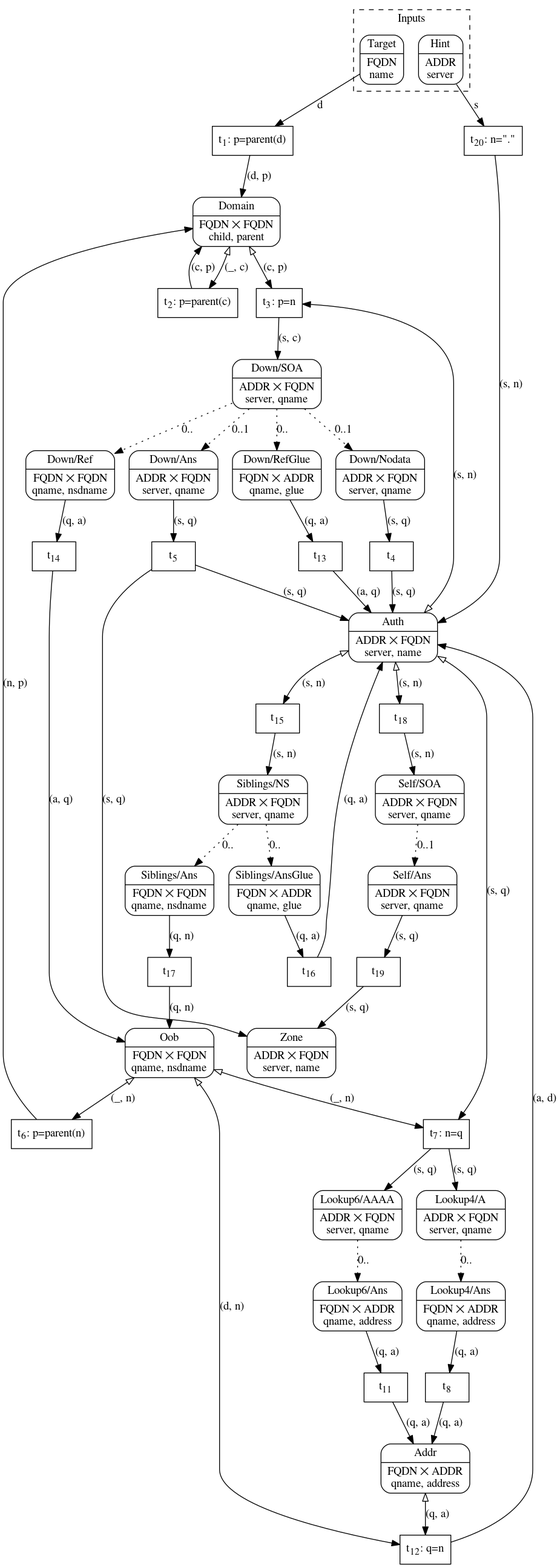
Earlier version of the Graphviz export topo.png (mattias-p/topo). Its source is kept beside it as topo.dot.
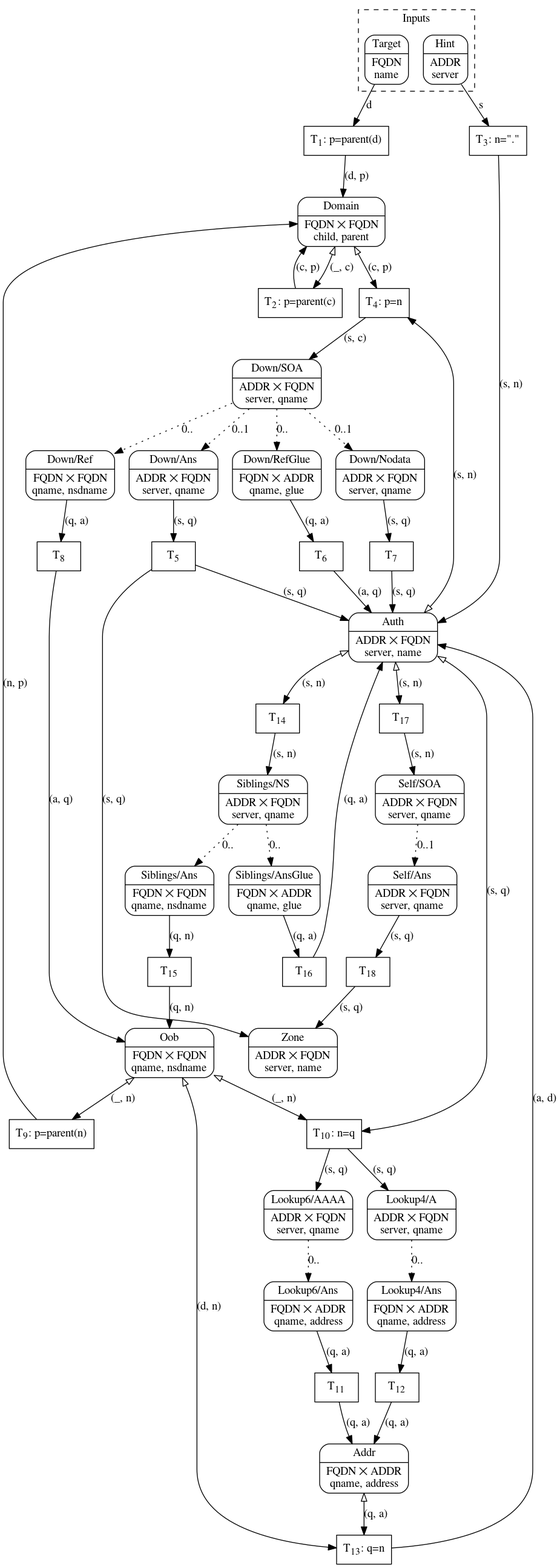
After the change.

Commit message:
Update transition names

Change to the diagram source:
```diff
@@ -57,80 +57,80 @@
 
     node [shape=record]
 
-    Target -> t1 [label="d"]
-    t1 [label=< t<SUB>1</SUB>: p=parent(d) >]
-    t1 -> Domain [label="(d, p)"]
+    Target -> T1 [label="d"]
+    T1 [label=< T<SUB>1</SUB>: p=parent(d) >]
+    T1 -> Domain [label="(d, p)"]
 
-    Hint -> t20 [label="s"]
-    t20 [label=< t<SUB>20</SUB>: n="." >]
-    t20 -> Auth [label="(s, n)"]
+    Hint -> T3 [label="s"]
+    T3 [label=< T<SUB>3</SUB>: n="." >]
+    T3 -> Auth [label="(s, n)"]
 
-    Domain -> t2 [label="(_, c)", dir=both]
-    t2 [label=<t<SUB>2</SUB>: p=parent(c)>]
-    t2 -> Domain [label="(c, p)"]
+    Domain -> T2 [label="(_, c)", dir=both]
+    T2 [label=< T<SUB>2</SUB>: p=parent(c) >]
+    T2 -> Domain [label="(c, p)"]
 
-    Domain -> t3 [label="(c, p)", dir=both]
-    Auth -> t3 [label="(s, n)", dir=both]
-    t3 [label=<t<SUB>3</SUB>: p=n>]
-    t3 -> Down_send [label="(s, c)"]
+    Domain -> T4 [label="(c, p)", dir=both]
+    Auth -> T4 [label="(s, n)", dir=both]
+    T4 [label=< T<SUB>4</SUB>: p=n >]
+    T4 -> Down_send [label="(s, c)"]
 
-    Down_nodata -> t4 [label="(s, q)"]
-    t4 [label=< t<SUB>4</SUB> >]
-    t4 -> Auth [label="(s, q)"]
+    Down_nodata -> T7 [label="(s, q)"]
+    T7 [label=< T<SUB>7</SUB> >]
+    T7 -> Auth [label="(s, q)"]
 
-    Down_answer -> t5 [label="(s, q)"]
-    t5 [label=< t<SUB>5</SUB> >]
-    t5 -> Auth [label="(s, q)"]
-    t5 -> Zone [label="(s, q)"]
+    Down_answer -> T5 [label="(s, q)"]
+    T5 [label=< T<SUB>5</SUB> >]
+    T5 -> Auth [label="(s, q)"]
+    T5 -> Zone [label="(s, q)"]
 
-    Down_glue -> t13 [label="(q, a)"]
-    t13 [label=< t<SUB>13</SUB> >]
-    t13 -> Auth [label="(a, q)"]
+    Down_glue -> T6 [label="(q, a)"]
+    T6 [label=< T<SUB>6</SUB> >]
+    T6 -> Auth [label="(a, q)"]
 
-    Down_ref -> t14 [label="(q, a)"]
-    t14 [label=< t<SUB>14</SUB> >]
-    t14 -> Oob [label="(a, q)"]
+    Down_ref -> T8 [label="(q, a)"]
+    T8 [label=< T<SUB>8</SUB> >]
+    T8 -> Oob [label="(a, q)"]
 
-    Oob -> t6 [label="(_, n)", dir=both]
-    t6 [label=<t<SUB>6</SUB>: p=parent(n)>]
-    t6 -> Domain [label="(n, p)"]
+    Oob -> T9 [label="(_, n)", dir=both]
+    T9 [label=< T<SUB>9</SUB>: p=parent(n) >]
+    T9 -> Domain [label="(n, p)"]
 
-    Oob -> t7 [label="(_, n)", dir=both]
-    Auth -> t7 [label="(s, q)", dir=both]
-    t7 [label=<t<SUB>7</SUB>: n=q>]
-    t7 -> Lookup6_send [label="(s, q)"]
-    t7 -> Lookup4_send [label="(s, q)"]
+    Oob -> T10 [label="(_, n)", dir=both]
+    Auth -> T10 [label="(s, q)", dir=both]
+    T10 [label=< T<SUB>10</SUB>: n=q >]
+    T10 -> Lookup6_send [label="(s, q)"]
+    T10 -> Lookup4_send [label="(s, q)"]
 
-    Lookup4_answer -> t8 [label="(q, a)"]
-    t8 [label=< t<SUB>8</SUB> >]
-    t8 -> Addr [label="(q, a)"]
+    Lookup4_answer -> T12 [label="(q, a)"]
+    T12 [label=< T<SUB>12</SUB> >]
+    T12 -> Addr [label="(q, a)"]
 
-    Lookup6_answer -> t11 [label="(q, a)"]
-    t11 [label=< t<SUB>11</SUB> >]
-    t11 -> Addr [label="(q, a)"]
+    Lookup6_answer -> T11 [label="(q, a)"]
+    T11 [label=< T<SUB>11</SUB> >]
+    T11 -> Addr [label="(q, a)"]
 
-    Addr -> t12 [label="(q, a)", dir=both]
-    Oob -> t12 [label="(d, n)", dir=both]
-    t12 [label=<t<SUB>12</SUB>: q=n>]
-    t12 -> Auth [label="(a, d)"]
+    Addr -> T13 [label="(q, a)", dir=both]
+    Oob -> T13 [label="(d, n)", dir=both]
+    T13 [label=< T<SUB>13</SUB>: q=n >]
+    T13 -> Auth [label="(a, d)"]
 
-    Auth -> t18 [label="(s, n)", dir=both]
-    t18 [label=< t<SUB>18</SUB> >]
-    t18 -> Self_send [label="(s, n)"]
+    Auth -> T17 [label="(s, n)", dir=both]
+    T17 [label=< T<SUB>17</SUB> >]
+    T17 -> Self_send [label="(s, n)"]
 
-    Self_answer -> t19 [label="(s, q)"]
-    t19 [label=< t<SUB>19</SUB> >]
-    t19 -> Zone [label="(s, q)"]
+    Self_answer -> T18 [label="(s, q)"]
+    T18 [label=< T<SUB>18</SUB> >]
+    T18 -> Zone [label="(s, q)"]
 
-    Auth -> t15 [label="(s, n)", dir=both]
-    t15 [label=< t<SUB>15</SUB> >]
-    t15 -> Siblings_send [label="(s, n)"]
+    Auth -> T14 [label="(s, n)", dir=both]
+    T14 [label=< T<SUB>14</SUB> >]
+    T14 -> Siblings_send [label="(s, n)"]
 
-    Siblings_glue -> t16 [label="(q, a)"]
-    t16 [label=< t<SUB>16</SUB> >]
-    t16 -> Auth [label="(q, a)"]
+    Siblings_glue -> T16 [label="(q, a)"]
+    T16 [label=< T<SUB>16</SUB> >]
+    T16 -> Auth [label="(q, a)"]
 
-    Siblings_ans -> t17 [label="(q, n)"]
-    t17 [label=< t<SUB>17</SUB> >]
-    t17 -> Oob [label="(q, n)"]
+    Siblings_ans -> T15 [label="(q, n)"]
+    T15 [label=< T<SUB>15</SUB> >]
+    T15 -> Oob [label="(q, n)"]
 }
```
